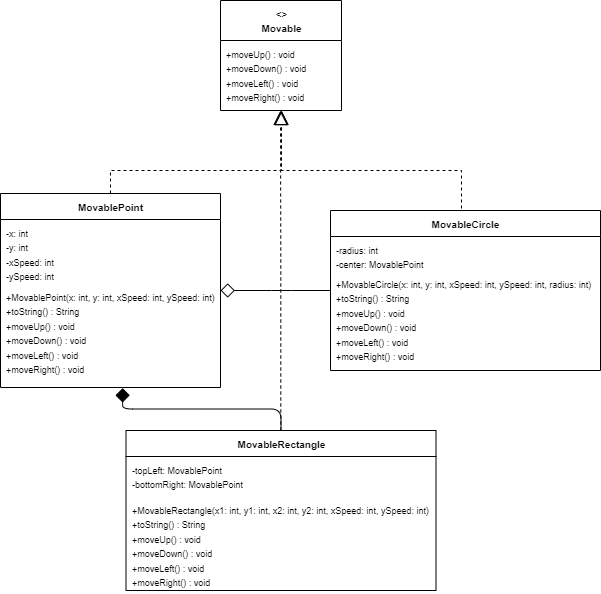
0Toxich0/OOAP keeps this draw.io diagram as src/practice2/part1/UML Movable.drawio.png. Above is the earlier version. Source tidied: cells renumbered, new cells last; positions are measured from the earlier drawing's top-left corner, leaving out a move shared by most shapes.
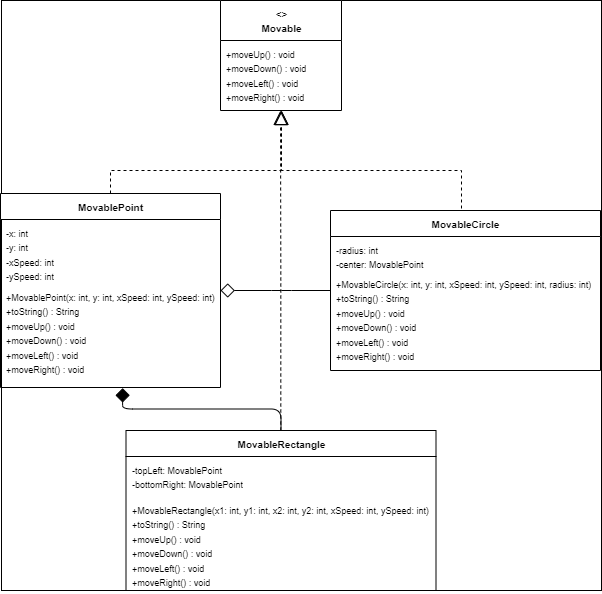
After the change.

What changed in the source:
```diff
@@ -2,6 +2,9 @@
   <root>
     <mxCell id="0" />
     <mxCell id="1" parent="0" />
+    <mxCell id="18" style="rounded=0;whiteSpace=wrap;html=1;" parent="1" vertex="1">
+      <mxGeometry x="1" width="600" height="590" as="geometry" />
+    </mxCell>
     <mxCell id="2" value="&lt;font style=&quot;font-size: 10px;&quot;&gt;&amp;lt;&amp;gt;&lt;br&gt;Movable&lt;/font&gt;" style="swimlane;fontStyle=1;align=center;verticalAlign=top;horizontal=1;startSize=40;html=1;" parent="1" vertex="1">
       <mxGeometry x="220" width="121" height="110" as="geometry" />
     </mxCell>
```
